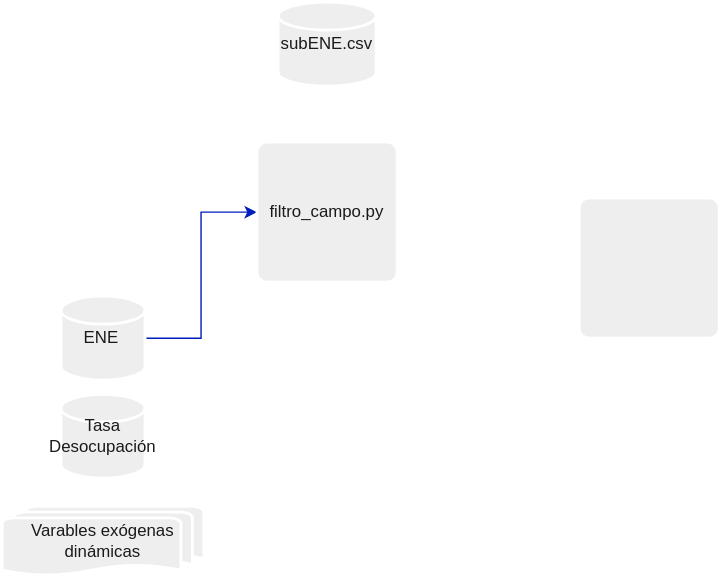
Above: DLC.drawio.svg in alonsoU/alonsoU (draw.io), before the change. Source tidied: cells renumbered, new cells last; positions are measured from the earlier drawing's top-left corner, leaving out a move shared by most shapes.
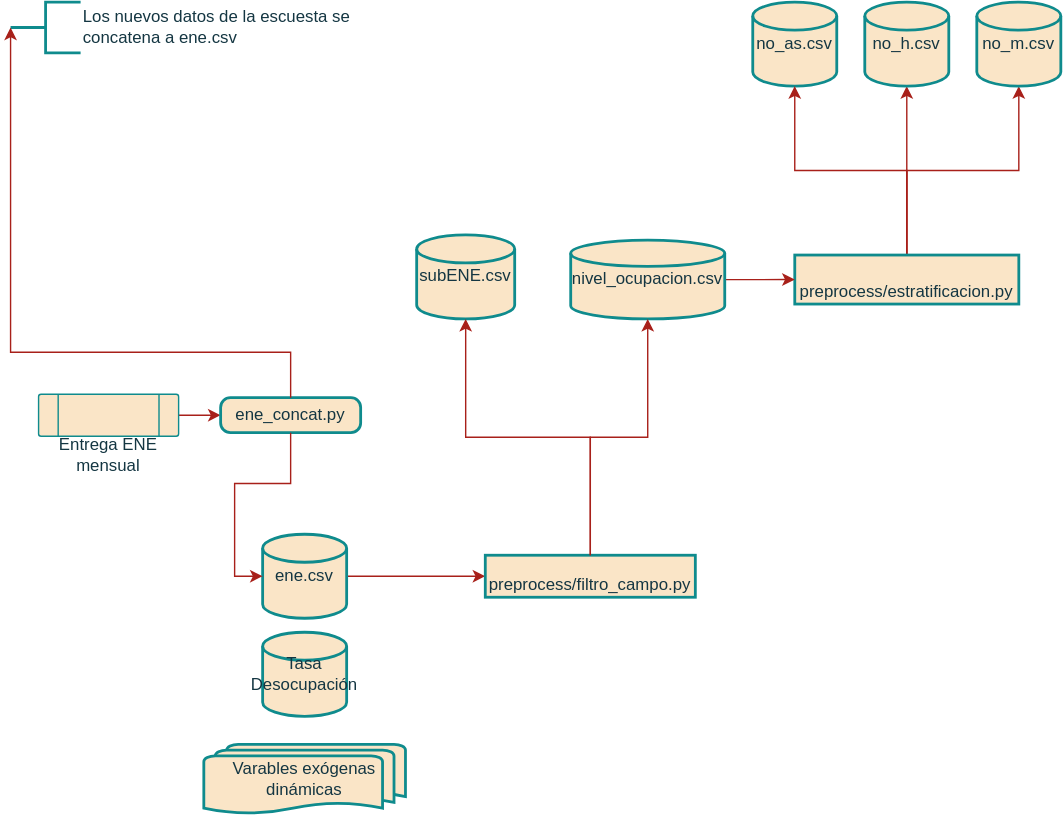
Later version of the same file.

What changed in the source:
```diff
@@ -2,34 +2,80 @@
   <root>
     <mxCell id="0" />
     <mxCell id="1" parent="0" />
-    <mxCell id="2" style="edgeStyle=orthogonalEdgeStyle;rounded=0;jettySize=auto;html=1;entryX=0;entryY=0.5;entryDx=0;entryDy=0;labelBackgroundColor=none;strokeColor=#001DBC;fontColor=default;fillColor=#0050ef;" parent="1" edge="1" source="3" target="7">
-      <mxGeometry relative="1" as="geometry">
-        <Array as="points">
-          <mxPoint x="142" y="240" />
-          <mxPoint x="142" y="150" />
-        </Array>
-      </mxGeometry>
+    <mxCell id="2" style="edgeStyle=orthogonalEdgeStyle;rounded=0;jettySize=auto;html=1;entryX=0;entryY=0.5;entryDx=0;entryDy=0;strokeColor=#A8201A;fontColor=default;fillColor=#FAE5C7;verticalAlign=bottom;exitX=1;exitY=0.5;exitDx=0;exitDy=0;exitPerimeter=0;labelBackgroundColor=none;" parent="1" edge="1" source="3" target="7">
+      <mxGeometry relative="1" as="geometry" />
     </mxCell>
-    <mxCell id="3" value="ENE&lt;span style=&quot;white-space: pre;&quot;&gt;&#9;&lt;/span&gt;" style="strokeWidth=2;html=1;shape=mxgraph.flowchart.database;whiteSpace=wrap;labelBackgroundColor=none;fillColor=#EEEEEE;strokeColor=#FFFFFF;fontColor=#1A1A1A;" parent="1" vertex="1">
+    <mxCell id="3" value="ene.csv" style="strokeWidth=2;html=1;shape=mxgraph.flowchart.database;whiteSpace=wrap;labelBackgroundColor=none;fillColor=#FAE5C7;strokeColor=#0F8B8D;fontColor=#143642;rounded=0;verticalAlign=middle;" parent="1" vertex="1">
       <mxGeometry x="42" y="210" width="60" height="60" as="geometry" />
     </mxCell>
-    <mxCell id="4" value="Tasa Desocupación" style="strokeWidth=2;html=1;shape=mxgraph.flowchart.database;whiteSpace=wrap;labelBackgroundColor=none;fillColor=#EEEEEE;strokeColor=#FFFFFF;fontColor=#1A1A1A;" parent="1" vertex="1">
+    <mxCell id="4" value="Tasa Desocupación" style="strokeWidth=2;html=1;shape=mxgraph.flowchart.database;whiteSpace=wrap;labelBackgroundColor=none;fillColor=#FAE5C7;strokeColor=#0F8B8D;fontColor=#143642;rounded=0;verticalAlign=middle;" parent="1" vertex="1">
       <mxGeometry x="42" y="280" width="60" height="60" as="geometry" />
     </mxCell>
-    <mxCell id="5" value="Varables exógenas dinámicas" style="strokeWidth=2;html=1;shape=mxgraph.flowchart.multi-document;whiteSpace=wrap;labelBackgroundColor=none;fillColor=#EEEEEE;strokeColor=#FFFFFF;fontColor=#1A1A1A;" parent="1" vertex="1">
+    <mxCell id="5" value="Varables exógenas dinámicas" style="strokeWidth=2;html=1;shape=mxgraph.flowchart.multi-document;whiteSpace=wrap;labelBackgroundColor=none;fillColor=#FAE5C7;strokeColor=#0F8B8D;fontColor=#143642;rounded=0;verticalAlign=middle;" parent="1" vertex="1">
       <mxGeometry y="360" width="144" height="50" as="geometry" />
     </mxCell>
-    <mxCell id="6" style="rounded=1;whiteSpace=wrap;html=1;absoluteArcSize=1;arcSize=14;strokeWidth=2;labelBackgroundColor=none;fillColor=#EEEEEE;strokeColor=#FFFFFF;fontColor=#1A1A1A;" parent="1" vertex="1">
-      <mxGeometry x="412" y="140" width="100" height="100" as="geometry" />
-    </mxCell>
-    <mxCell id="7" value="filtro_campo.py" style="rounded=1;whiteSpace=wrap;html=1;absoluteArcSize=1;arcSize=14;strokeWidth=2;labelBackgroundColor=none;fillColor=#EEEEEE;strokeColor=#FFFFFF;fontColor=#1A1A1A;" parent="1" vertex="1">
-      <mxGeometry x="182" y="100" width="100" height="100" as="geometry" />
+    <mxCell id="7" value="preprocess/filtro_campo.py" style="rounded=0;whiteSpace=wrap;html=1;absoluteArcSize=1;arcSize=14;strokeWidth=2;labelBackgroundColor=none;fillColor=#FAE5C7;strokeColor=#0F8B8D;fontColor=#143642;verticalAlign=bottom;" parent="1" vertex="1">
+      <mxGeometry x="201" y="225" width="150" height="30" as="geometry" />
     </mxCell>
+    <mxCell id="10" style="edgeStyle=orthogonalEdgeStyle;rounded=0;jettySize=auto;html=1;entryX=0;entryY=0.5;entryDx=0;entryDy=0;strokeColor=#A8201A;fontColor=#143642;fillColor=#FAE5C7;" parent="1" edge="1" source="11" target="22">
+      <mxGeometry relative="1" as="geometry" />
+    </mxCell>
+    <mxCell id="11" value="Entrega ENE mensual" style="verticalLabelPosition=bottom;verticalAlign=bottom;html=1;shape=process;whiteSpace=wrap;rounded=1;size=0.14;arcSize=6;strokeColor=#0F8B8D;fontColor=#143642;fillColor=#FAE5C7;align=center;labelBackgroundColor=none;" parent="1" vertex="1">
+      <mxGeometry x="-118" y="110" width="100" height="30" as="geometry" />
+    </mxCell>
+    <mxCell id="12" value="no_as.csv" style="strokeWidth=2;html=1;shape=mxgraph.flowchart.database;whiteSpace=wrap;strokeColor=#0F8B8D;fontColor=#143642;fillColor=#FAE5C7;" parent="1" vertex="1">
+      <mxGeometry x="392" y="-170" width="60" height="60" as="geometry" />
+    </mxCell>
+    <mxCell id="13" style="edgeStyle=orthogonalEdgeStyle;rounded=0;jettySize=auto;html=1;strokeColor=#A8201A;fontColor=#143642;fillColor=#FAE5C7;" parent="1" edge="1" source="16" target="12">
+      <mxGeometry relative="1" as="geometry" />
+    </mxCell>
+    <mxCell id="14" style="edgeStyle=orthogonalEdgeStyle;rounded=0;jettySize=auto;html=1;strokeColor=#A8201A;fontColor=#143642;fillColor=#FAE5C7;" parent="1" edge="1" source="16" target="17">
+      <mxGeometry relative="1" as="geometry" />
+    </mxCell>
+    <mxCell id="15" style="edgeStyle=orthogonalEdgeStyle;rounded=0;jettySize=auto;html=1;strokeColor=#A8201A;fontColor=#143642;fillColor=#FAE5C7;" parent="1" edge="1" source="16" target="18">
+      <mxGeometry relative="1" as="geometry" />
+    </mxCell>
+    <mxCell id="16" value="preprocess/estratificacion.py" style="rounded=0;whiteSpace=wrap;html=1;absoluteArcSize=1;arcSize=14;strokeWidth=2;strokeColor=#0F8B8D;fontColor=#143642;fillColor=#FAE5C7;verticalAlign=bottom;" parent="1" vertex="1">
+      <mxGeometry x="422" y="10.6" width="160" height="35" as="geometry" />
+    </mxCell>
+    <mxCell id="17" value="no_h.csv" style="strokeWidth=2;html=1;shape=mxgraph.flowchart.database;whiteSpace=wrap;strokeColor=#0F8B8D;fontColor=#143642;fillColor=#FAE5C7;" parent="1" vertex="1">
+      <mxGeometry x="472" y="-170" width="60" height="60" as="geometry" />
+    </mxCell>
+    <mxCell id="18" value="no_m.csv" style="strokeWidth=2;html=1;shape=mxgraph.flowchart.database;whiteSpace=wrap;strokeColor=#0F8B8D;fontColor=#143642;fillColor=#FAE5C7;" parent="1" vertex="1">
+      <mxGeometry x="552" y="-170" width="60" height="60" as="geometry" />
+    </mxCell>
+    <mxCell id="19" style="edgeStyle=orthogonalEdgeStyle;rounded=0;jettySize=auto;html=1;strokeColor=#A8201A;fontColor=#143642;fillColor=#FAE5C7;" parent="1" edge="1" source="20" target="16">
+      <mxGeometry relative="1" as="geometry" />
+    </mxCell>
+    <mxCell id="20" value="nivel_ocupacion.csv" style="strokeWidth=2;html=1;shape=mxgraph.flowchart.database;whiteSpace=wrap;strokeColor=#0F8B8D;fontColor=#143642;fillColor=#FAE5C7;verticalAlign=middle;" parent="1" vertex="1">
+      <mxGeometry x="262" width="110" height="56.2" as="geometry" />
+    </mxCell>
-    <mxCell id="8" value="subENE.csv" style="strokeWidth=2;html=1;shape=mxgraph.flowchart.database;whiteSpace=wrap;labelBackgroundColor=none;fillColor=#EEEEEE;strokeColor=#FFFFFF;fontColor=#1A1A1A;" parent="1" vertex="1">
-      <mxGeometry x="197" width="70" height="60" as="geometry" />
+    <mxCell id="8" value="subENE.csv" style="strokeWidth=2;html=1;shape=mxgraph.flowchart.database;whiteSpace=wrap;strokeColor=#0F8B8D;fontColor=#143642;fillColor=#FAE5C7;verticalAlign=middle;" parent="1" vertex="1">
+      <mxGeometry x="152" y="-3.8" width="70" height="60" as="geometry" />
     </mxCell>
+    <mxCell id="21" style="edgeStyle=orthogonalEdgeStyle;rounded=0;jettySize=auto;html=1;entryX=0.5;entryY=1;entryDx=0;entryDy=0;entryPerimeter=0;strokeColor=#A8201A;fontColor=#143642;fillColor=#FAE5C7;" parent="1" edge="1" source="7" target="20">
+      <mxGeometry relative="1" as="geometry" />
+    </mxCell>
-    <mxCell id="9" style="edgeStyle=orthogonalEdgeStyle;rounded=0;jettySize=auto;html=1;entryX=0.5;entryY=1;entryDx=0;entryDy=0;entryPerimeter=0;labelBackgroundColor=none;strokeColor=#FFFFFF;fontColor=default;" parent="1" edge="1" source="7" target="8">
+    <mxCell id="9" style="edgeStyle=orthogonalEdgeStyle;rounded=0;jettySize=auto;html=1;entryX=0.5;entryY=1;entryDx=0;entryDy=0;entryPerimeter=0;strokeColor=#A8201A;fontColor=#143642;fillColor=#FAE5C7;" parent="1" edge="1" source="7" target="8">
       <mxGeometry relative="1" as="geometry" />
     </mxCell>
+    <mxCell id="22" value="ene_concat.py" style="rounded=1;whiteSpace=wrap;html=1;absoluteArcSize=1;arcSize=14;strokeWidth=2;strokeColor=#0F8B8D;fontColor=#143642;fillColor=#FAE5C7;" parent="1" vertex="1">
+      <mxGeometry x="12" y="112.5" width="100" height="25" as="geometry" />
+    </mxCell>
+    <mxCell id="23" style="edgeStyle=orthogonalEdgeStyle;rounded=0;jettySize=auto;html=1;entryX=0;entryY=0.5;entryDx=0;entryDy=0;entryPerimeter=0;strokeColor=#A8201A;fontColor=#143642;fillColor=#FAE5C7;" parent="1" edge="1" source="22" target="3">
+      <mxGeometry relative="1" as="geometry" />
+    </mxCell>
+    <mxCell id="24" value="Los nuevos datos de la escuesta se&lt;div&gt;concatena a ene.csv&lt;/div&gt;" style="strokeWidth=2;html=1;shape=mxgraph.flowchart.annotation_2;align=left;labelPosition=right;strokeColor=#0F8B8D;fontColor=#143642;fillColor=#FAE5C7;" parent="1" vertex="1">
+      <mxGeometry x="-138" y="-170" width="50" height="36.2" as="geometry" />
+    </mxCell>
+    <mxCell id="25" style="edgeStyle=orthogonalEdgeStyle;rounded=0;jettySize=auto;html=1;entryX=0;entryY=0.5;entryDx=0;entryDy=0;entryPerimeter=0;strokeColor=#A8201A;fontColor=#143642;fillColor=#FAE5C7;" parent="1" edge="1" source="22" target="24">
+      <mxGeometry relative="1" as="geometry">
+        <Array as="points">
+          <mxPoint x="62" y="80" />
+          <mxPoint x="-138" y="80" />
+          <mxPoint x="-138" y="38" />
+        </Array>
+      </mxGeometry>
+    </mxCell>
   </root>
 </mxGraphModel>
```
